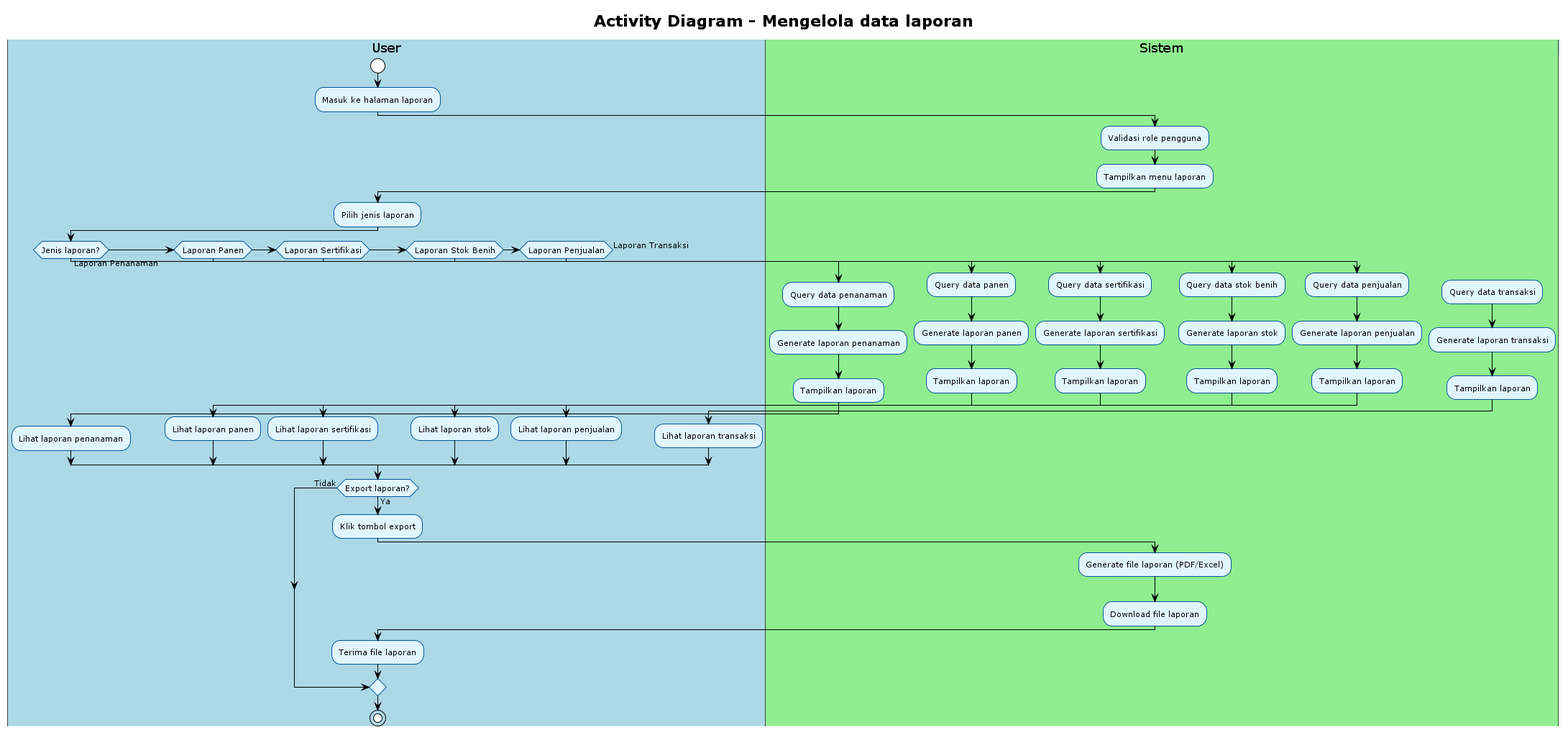
Rifkiwastaken/example-app keeps this PlantUML diagram as out/uml/activity/Activity new/18_kelola_data_laporan/18_kelola_data_laporan.png. Above is the earlier version. Source of this version:
```plantuml
@startuml
!theme plain
skinparam activity {
    BackgroundColor #E1F5FE
    BorderColor #01579B
    FontSize 11
}
skinparam swimlane {
    BackgroundColor #F5F5F5
    BorderColor #424242
    TitleBackgroundColor #BBDEFB
    TitleBorderColor #1976D2
}

title Activity Diagram - Mengelola data laporan

|#LightBlue|User|
start
:Masuk ke halaman laporan;

|#LightGreen|Sistem|
:Validasi role pengguna;
:Tampilkan menu laporan;

|#LightBlue|User|
:Pilih jenis laporan;

if (Jenis laporan?) then (Laporan Penanaman)
    |#LightGreen|Sistem|
    :Query data penanaman;
    :Generate laporan penanaman;
    :Tampilkan laporan;
    |#LightBlue|User|
    :Lihat laporan penanaman;
elseif (Laporan Panen)
    |#LightGreen|Sistem|
    :Query data panen;
    :Generate laporan panen;
    :Tampilkan laporan;
    |#LightBlue|User|
    :Lihat laporan panen;
elseif (Laporan Sertifikasi)
    |#LightGreen|Sistem|
    :Query data sertifikasi;
    :Generate laporan sertifikasi;
    :Tampilkan laporan;
    |#LightBlue|User|
    :Lihat laporan sertifikasi;
elseif (Laporan Stok Benih)
    |#LightGreen|Sistem|
    :Query data stok benih;
    :Generate laporan stok;
    :Tampilkan laporan;
    |#LightBlue|User|
    :Lihat laporan stok;
elseif (Laporan Penjualan)
    |#LightGreen|Sistem|
    :Query data penjualan;
    :Generate laporan penjualan;
    :Tampilkan laporan;
    |#LightBlue|User|
    :Lihat laporan penjualan;
else (Laporan Transaksi)
    |#LightGreen|Sistem|
    :Query data transaksi;
    :Generate laporan transaksi;
    :Tampilkan laporan;
    |#LightBlue|User|
    :Lihat laporan transaksi;
endif

if (Export laporan?) then (Ya)
    |#LightBlue|User|
    :Klik tombol export;
    |#LightGreen|Sistem|
    :Generate file laporan (PDF/Excel);
    :Download file laporan;
    |#LightBlue|User|
    :Terima file laporan;
else (Tidak)
endif

stop

@enduml
```
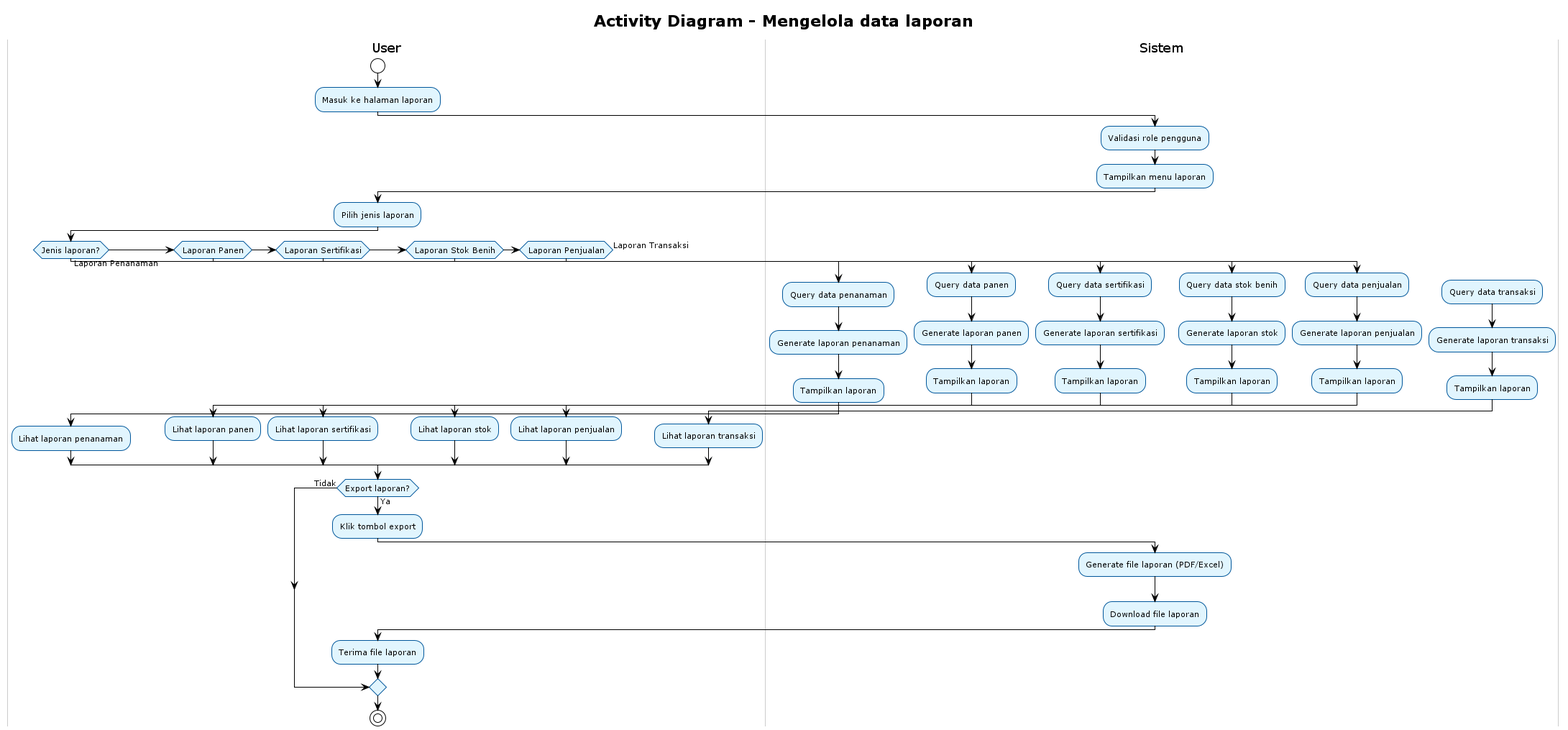
After the change.

The edit, as a diff of the source:
```diff
@@ -1,81 +1,82 @@
 @startuml
 !theme plain
+skinparam backgroundColor white
 skinparam activity {
     BackgroundColor #E1F5FE
     BorderColor #01579B
     FontSize 11
 }
 skinparam swimlane {
-    BackgroundColor #F5F5F5
-    BorderColor #424242
-    TitleBackgroundColor #BBDEFB
-    TitleBorderColor #1976D2
+    BackgroundColor White
+    BorderColor #CCCCCC
+    TitleBackgroundColor White
+    TitleBorderColor #999999
 }
 
 title Activity Diagram - Mengelola data laporan
 
-|#LightBlue|User|
+|#White|User|
 start
 :Masuk ke halaman laporan;
 
-|#LightGreen|Sistem|
+|#White|Sistem|
 :Validasi role pengguna;
 :Tampilkan menu laporan;
 
-|#LightBlue|User|
+|#White|User|
 :Pilih jenis laporan;
 
 if (Jenis laporan?) then (Laporan Penanaman)
-    |#LightGreen|Sistem|
+    |#White|Sistem|
     :Query data penanaman;
     :Generate laporan penanaman;
     :Tampilkan laporan;
-    |#LightBlue|User|
+    |#White|User|
     :Lihat laporan penanaman;
 elseif (Laporan Panen)
-    |#LightGreen|Sistem|
+    |#White|Sistem|
     :Query data panen;
     :Generate laporan panen;
     :Tampilkan laporan;
-    |#LightBlue|User|
+    |#White|User|
     :Lihat laporan panen;
 elseif (Laporan Sertifikasi)
-    |#LightGreen|Sistem|
+    |#White|Sistem|
     :Query data sertifikasi;
     :Generate laporan sertifikasi;
     :Tampilkan laporan;
-    |#LightBlue|User|
+    |#White|User|
     :Lihat laporan sertifikasi;
 elseif (Laporan Stok Benih)
-    |#LightGreen|Sistem|
+    |#White|Sistem|
     :Query data stok benih;
     :Generate laporan stok;
     :Tampilkan laporan;
-    |#LightBlue|User|
+    |#White|User|
     :Lihat laporan stok;
 elseif (Laporan Penjualan)
-    |#LightGreen|Sistem|
+    |#White|Sistem|
     :Query data penjualan;
     :Generate laporan penjualan;
     :Tampilkan laporan;
-    |#LightBlue|User|
+    |#White|User|
     :Lihat laporan penjualan;
 else (Laporan Transaksi)
-    |#LightGreen|Sistem|
+    |#White|Sistem|
     :Query data transaksi;
     :Generate laporan transaksi;
     :Tampilkan laporan;
-    |#LightBlue|User|
+    |#White|User|
     :Lihat laporan transaksi;
 endif
 
 if (Export laporan?) then (Ya)
-    |#LightBlue|User|
+    |#White|User|
     :Klik tombol export;
-    |#LightGreen|Sistem|
+    |#White|Sistem|
     :Generate file laporan (PDF/Excel);
     :Download file laporan;
-    |#LightBlue|User|
+    |#White|User|
     :Terima file laporan;
 else (Tidak)
 endif
```
